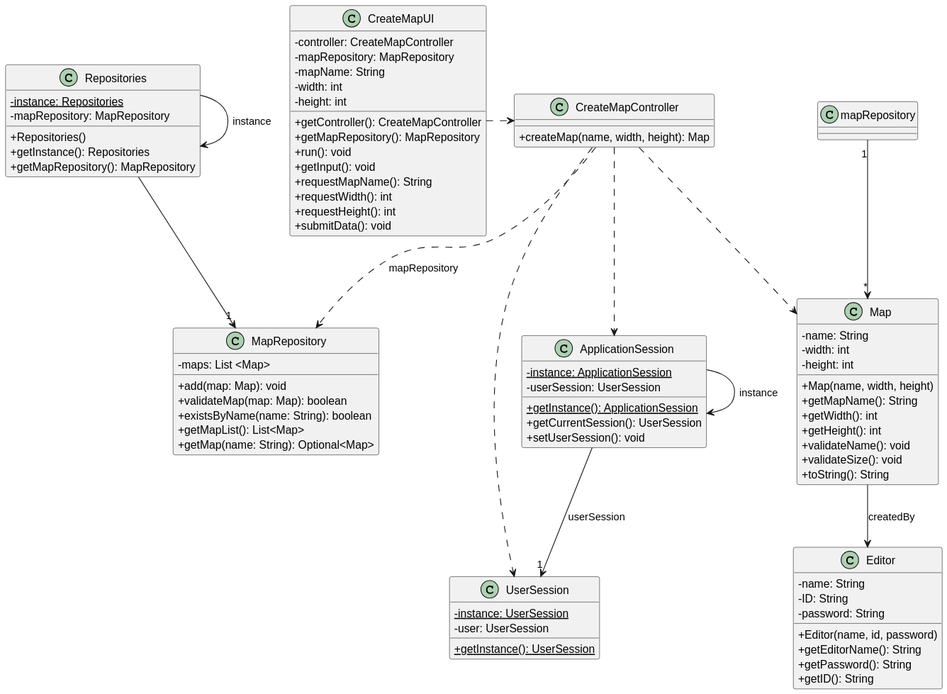
The PlantUML diagram docs/sprint2/us001/03.design/svg/us001-class-diagram.svg in ivasduarte/all-aboard, before a commit.
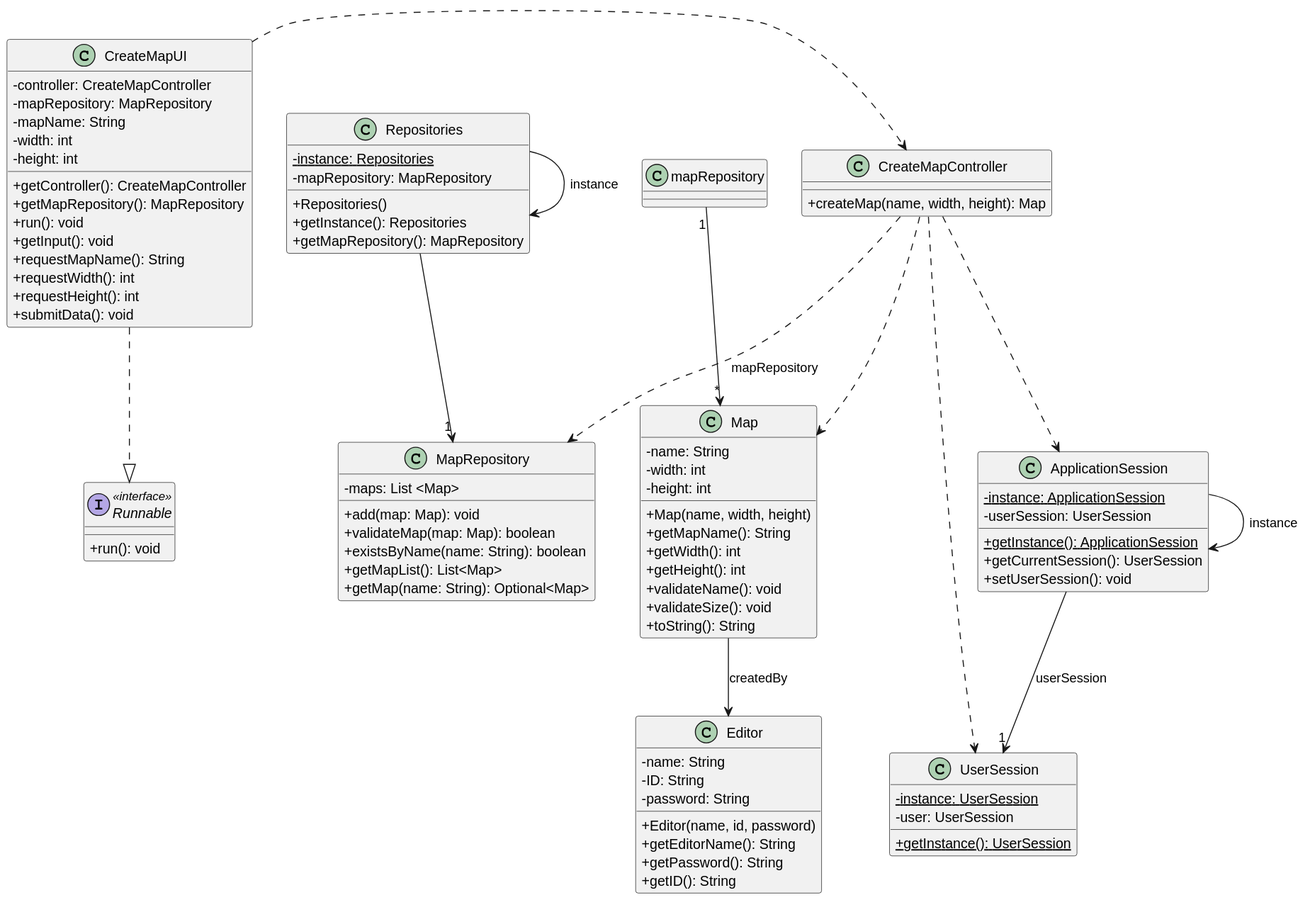
The same file after the commit.

Commit message:
US001(docs): update of CD + svg, according to code

Change to the diagram source:
```diff
@@ -12,6 +12,10 @@
     +validateName(): void
     +validateSize(): void
     +toString(): String
+}
+
+interface Runnable <<interface>>{
+    +run(): void
 }
 
 class CreateMapUI {
@@ -78,6 +82,7 @@
 Repositories -> Repositories : instance
 ApplicationSession -> ApplicationSession : instance
 
+CreateMapUI ..|> Runnable
 CreateMapUI .> CreateMapController
 CreateMapController ..> Map
 CreateMapController ..> ApplicationSession
```
